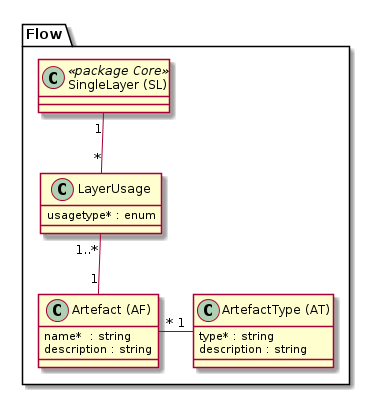
Above: puml_output/simi_flow.png in simi-so/mm (PlantUML), before the change. Its diagram source:
```plantuml
@startuml
package Flow {

  class "SingleLayer (SL)" as sl << package Core >> {
  }

  class "Artefact (AF)" as af {
  	name*  : string
    description : string
  }

  class "ArtefactType (AT)" as at {
  	type* : string
    description : string
  }

  class "LayerUsage" as lu {
  	usagetype* : enum
  }

  sl "1" -- "*" lu
  lu "1..*" -- "1" af
  af "*" -right- "1" at
}
@enduml
```
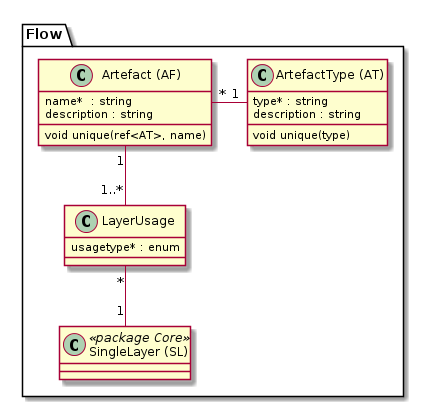
Above is the later version.

The edit, as a diff of the source:
```diff
@@ -7,19 +7,21 @@
   class "Artefact (AF)" as af {
   	name*  : string
     description : string
+    void unique(ref<AT>, name)
   }
 
   class "ArtefactType (AT)" as at {
   	type* : string
     description : string
+    void unique(type)
   }
 
   class "LayerUsage" as lu {
   	usagetype* : enum
   }
 
-  sl "1" -- "*" lu
-  lu "1..*" -- "1" af
   af "*" -right- "1" at
+  af "1" -- "1..*" lu
+  lu "*" -- "1" sl
 }
 @enduml
```
